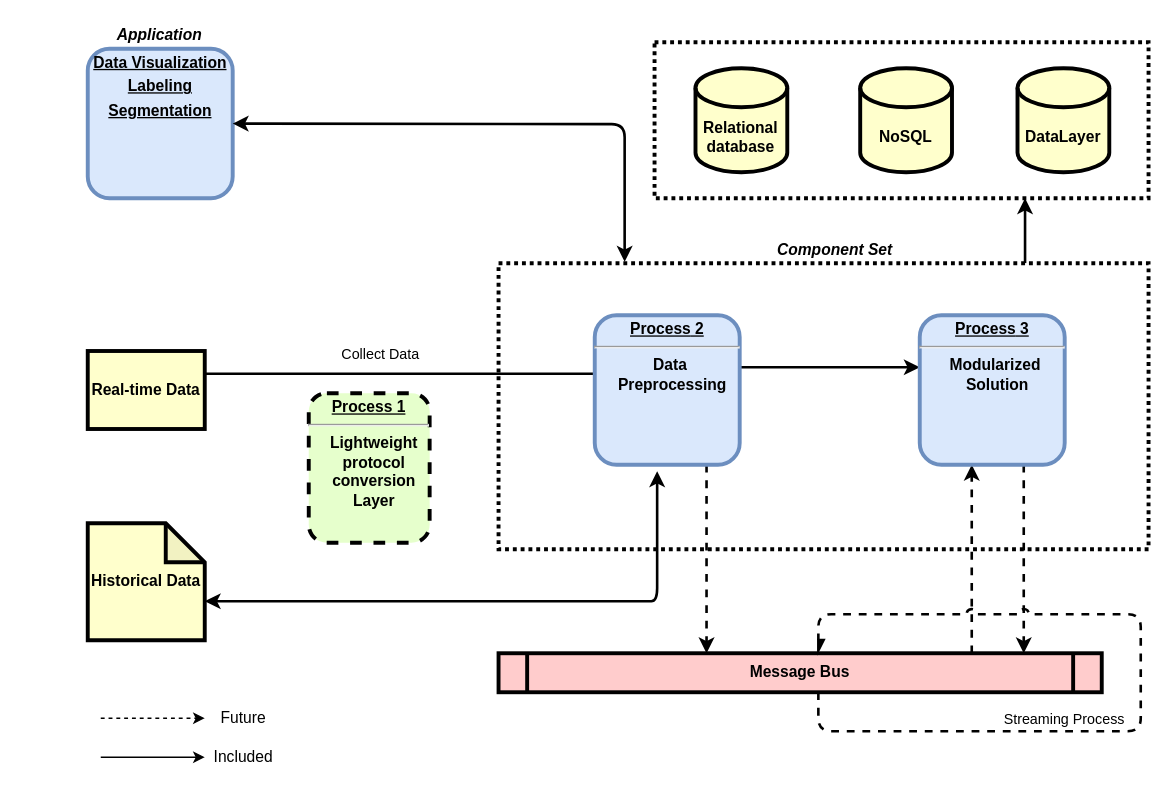
Earlier version of the draw.io diagram data-flow.drawio (licongchao/Customized-Charts). Source tidied: cells renumbered, new cells numbered last; positions are measured from the earlier drawing's top-left corner, leaving out a move shared by most shapes. Both pictures are drawn from the tidied source at 130%, with x=0, y=0 at pixel (47, 22).
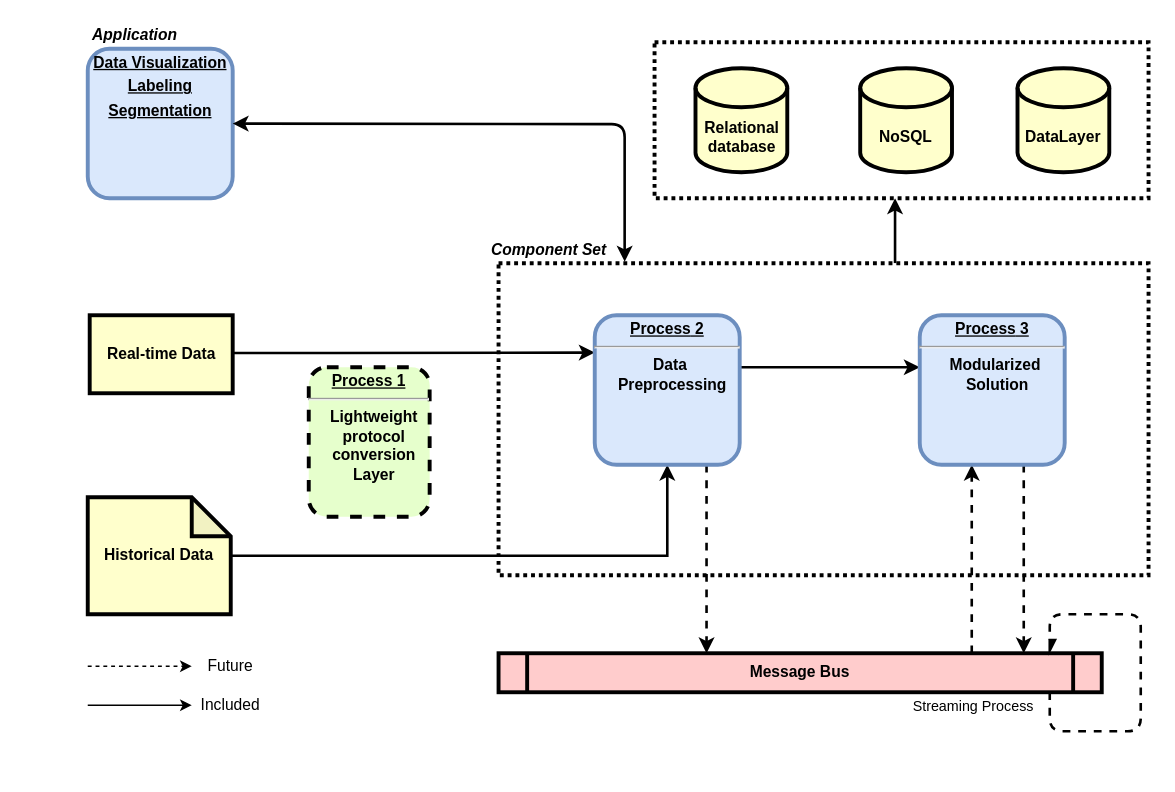
The same diagram, later.

Unchanged cells that the change refers to:
```xml
<mxCell id="12" value="&lt;p style=&quot;margin: 0px ; margin-top: 4px ; text-align: center ; text-decoration: underline&quot;&gt;&lt;strong&gt;&lt;strong&gt;Process&lt;/strong&gt; 2&lt;br&gt;&lt;/strong&gt;&lt;/p&gt;&lt;hr&gt;&lt;p style=&quot;margin: 0px ; margin-left: 8px&quot;&gt;Data&amp;nbsp;&lt;/p&gt;&lt;p style=&quot;margin: 0px ; margin-left: 8px&quot;&gt;Preprocessing&lt;/p&gt;" style="verticalAlign=middle;align=center;overflow=fill;fontSize=12;fontFamily=Helvetica;html=1;rounded=1;fontStyle=1;strokeWidth=3;fillColor=#dae8fc;strokeColor=#6c8ebf;" parent="1" vertex="1">
  <mxGeometry x="421" y="225" width="111.5" height="115" as="geometry" />
</mxCell>
<mxCell id="16" style="rounded=0;whiteSpace=wrap;html=1;strokeWidth=3;dashed=1;dashPattern=1 1;" parent="15" vertex="1">
  <mxGeometry width="380" height="120" as="geometry" />
</mxCell>
<mxCell id="21" value="&lt;p style=&quot;margin: 0px ; margin-top: 4px ; text-align: center ; text-decoration: underline&quot;&gt;Data Visualization&lt;/p&gt;&lt;p style=&quot;margin: 0px ; margin-top: 4px ; text-align: center ; text-decoration: underline&quot;&gt;Labeling&lt;/p&gt;&lt;p style=&quot;margin: 0px ; margin-top: 4px ; text-align: center ; text-decoration: underline&quot;&gt;Segmentation&lt;/p&gt;" style="verticalAlign=middle;align=center;overflow=fill;fontSize=12;fontFamily=Helvetica;html=1;rounded=1;fontStyle=1;strokeWidth=3;fillColor=#dae8fc;strokeColor=#6c8ebf;" parent="1" vertex="1">
  <mxGeometry x="31" y="20" width="111.5" height="115" as="geometry" />
</mxCell>
```

What changed in the source:
```diff
@@
-    <mxCell id="2" style="edgeStyle=orthogonalEdgeStyle;rounded=1;sketch=0;jumpStyle=arc;jettySize=auto;html=1;entryX=0.75;entryY=1;entryDx=0;entryDy=0;strokeWidth=2;exitX=0.81;exitY=0;exitDx=0;exitDy=0;exitPerimeter=0;" parent="1" edge="1" source="3" target="16">
-      <mxGeometry relative="1" as="geometry" />
+    <mxCell id="2" style="edgeStyle=orthogonalEdgeStyle;rounded=1;sketch=0;jumpStyle=arc;orthogonalLoop=1;jettySize=auto;html=1;entryX=0.75;entryY=1;entryDx=0;entryDy=0;strokeWidth=2;exitX=0.81;exitY=0;exitDx=0;exitDy=0;exitPerimeter=0;" parent="1" edge="1">
+      <mxGeometry relative="1" as="geometry">
+        <mxPoint x="652" y="185" as="sourcePoint" />
+        <mxPoint x="652" y="135" as="targetPoint" />
+      </mxGeometry>
     </mxCell>
     <mxCell id="3" style="rounded=0;whiteSpace=wrap;html=1;strokeWidth=3;dashed=1;gradientColor=#ffffff;dashPattern=1 1;" parent="1" vertex="1">
-      <mxGeometry x="347" y="185" width="500" height="220" as="geometry" />
+      <mxGeometry x="347" y="185" width="500" height="240" as="geometry" />
     </mxCell>
-    <mxCell id="4" value="Collect Data" style="edgeStyle=orthogonalEdgeStyle;rounded=0;jettySize=auto;html=1;entryX=0;entryY=0.391;entryDx=0;entryDy=0;entryPerimeter=0;strokeWidth=2;" parent="1" edge="1" source="5" target="12">
-      <mxGeometry x="-0.25" y="15" relative="1" as="geometry">
+    <mxCell id="4" style="edgeStyle=orthogonalEdgeStyle;rounded=0;jettySize=auto;html=1;strokeWidth=2;entryX=0;entryY=0.25;entryDx=0;entryDy=0;" parent="1" edge="1" source="5" target="12">
+      <mxGeometry relative="1" as="geometry">
         <Array as="points">
-          <mxPoint x="451" y="270" />
+          <mxPoint x="221" y="254" />
+          <mxPoint x="221" y="254" />
         </Array>
       </mxGeometry>
     </mxCell>
     <mxCell id="5" value="Real-time Data" style="whiteSpace=wrap;align=center;verticalAlign=middle;fontStyle=1;strokeWidth=3;fillColor=#FFFFCC;" parent="1" vertex="1">
-      <mxGeometry x="31" y="252.5" width="90" height="60" as="geometry" />
+      <mxGeometry x="32.5" y="225" width="110" height="60" as="geometry" />
     </mxCell>
     <mxCell id="6" value="&lt;p style=&quot;margin: 0px ; margin-top: 4px ; text-align: center ; text-decoration: underline&quot;&gt;&lt;strong&gt;Process 1&lt;br&gt;&lt;/strong&gt;&lt;/p&gt;&lt;hr&gt;&lt;p style=&quot;margin: 0px ; margin-left: 8px&quot;&gt;Lightweight&lt;/p&gt;&lt;p style=&quot;margin: 0px ; margin-left: 8px&quot;&gt;protocol&lt;/p&gt;&lt;p style=&quot;margin: 0px ; margin-left: 8px&quot;&gt;conversion&lt;/p&gt;&lt;p style=&quot;margin: 0px ; margin-left: 8px&quot;&gt;Layer&lt;/p&gt;&lt;p style=&quot;margin: 0px ; margin-left: 8px&quot;&gt;&lt;br&gt;&lt;/p&gt;" style="verticalAlign=middle;align=center;overflow=fill;fontSize=12;fontFamily=Helvetica;html=1;rounded=1;fontStyle=1;strokeWidth=3;fillColor=#E6FFCC;dashed=1;" parent="1" vertex="1">
-      <mxGeometry x="201" y="285" width="93" height="115" as="geometry" />
+      <mxGeometry x="201" y="265" width="93" height="115" as="geometry" />
     </mxCell>
@@
+    <mxCell id="32" style="edgeStyle=orthogonalEdgeStyle;rounded=0;jettySize=auto;html=1;strokeWidth=2;" parent="1" edge="1" source="9" target="12">
+      <mxGeometry relative="1" as="geometry" />
+    </mxCell>
     <mxCell id="9" value="&lt;b&gt;Historical Data&lt;/b&gt;" style="shape=note;whiteSpace=wrap;html=1;backgroundOutline=1;darkOpacity=0.05;strokeWidth=3;fillColor=#FFFFCC;" parent="1" vertex="1">
-      <mxGeometry x="31" y="385" width="90" height="90" as="geometry" />
+      <mxGeometry x="31" y="365" width="110" height="90" as="geometry" />
     </mxCell>
@@
     <mxCell id="20" value="&lt;b&gt;&lt;i&gt;Component Set&lt;/i&gt;&lt;/b&gt;" style="text;html=1;strokeColor=none;fillColor=none;align=center;verticalAlign=middle;whiteSpace=wrap;rounded=0;dashed=1;dashPattern=1 4;" parent="1" vertex="1">
-      <mxGeometry x="551" y="165" width="110" height="20" as="geometry" />
+      <mxGeometry x="331" y="165" width="110" height="20" as="geometry" />
     </mxCell>
@@
     <mxCell id="22" value="&lt;b&gt;&lt;i&gt;Application&lt;/i&gt;&lt;/b&gt;" style="text;html=1;strokeColor=none;fillColor=none;align=center;verticalAlign=middle;whiteSpace=wrap;rounded=0;dashed=1;dashPattern=1 4;" parent="1" vertex="1">
-      <mxGeometry x="-0.2" width="172.5" height="20" as="geometry" />
+      <mxGeometry x="-19" width="172.5" height="20" as="geometry" />
     </mxCell>
+    <mxCell id="27" style="endArrow=classic;startArrow=classic;html=1;strokeWidth=2;strokeColor=none;" parent="1" edge="1" source="9" target="12">
+      <mxGeometry relative="1" as="geometry" />
+    </mxCell>
+    <mxCell id="29" style="endArrow=classic;startArrow=classic;html=1;strokeWidth=2;entryX=0.194;entryY=-0.005;entryDx=0;entryDy=0;entryPerimeter=0;" parent="1" edge="1" source="21" target="3">
+      <mxGeometry relative="1" as="geometry">
+        <Array as="points">
+          <mxPoint x="444" y="78" />
+        </Array>
+      </mxGeometry>
+    </mxCell>
+    <mxCell id="30" style="edgeStyle=orthogonalEdgeStyle;rounded=1;sketch=0;jumpStyle=arc;orthogonalLoop=1;jettySize=auto;html=1;endArrow=async;endFill=1;strokeWidth=2;dashed=1;" parent="1" edge="1">
+      <mxGeometry relative="1" as="geometry">
+        <mxPoint x="771" y="515" as="sourcePoint" />
+        <mxPoint x="771" y="485" as="targetPoint" />
+        <Array as="points">
+          <mxPoint x="771" y="545" />
+          <mxPoint x="841" y="545" />
+          <mxPoint x="841" y="455" />
+          <mxPoint x="771" y="455" />
+        </Array>
+      </mxGeometry>
+    </mxCell>
+    <mxCell id="31" value="Streaming Process" style="edgeLabel;html=1;align=center;verticalAlign=middle;" parent="30" vertex="1">
+      <mxGeometry x="0.04" y="-2" relative="1" as="geometry">
+        <mxPoint x="-132" y="31" as="offset" />
+      </mxGeometry>
+    </mxCell>
+    <mxCell id="33" style="group;" parent="1" vertex="1">
+      <mxGeometry x="31" y="485" width="130" height="50" as="geometry" />
+    </mxCell>
-    <mxCell id="23" style="endArrow=classic;html=1;" parent="1" edge="1">
+    <mxCell id="23" style="endArrow=classic;html=1;" parent="33" edge="1">
       <mxGeometry relative="1" as="geometry">
-        <mxPoint x="41" y="565" as="sourcePoint" />
-        <mxPoint x="121" y="565" as="targetPoint" />
+        <mxPoint y="40" as="sourcePoint" />
+        <mxPoint x="80" y="40" as="targetPoint" />
       </mxGeometry>
     </mxCell>
-    <mxCell id="24" style="endArrow=classic;html=1;dashed=1;" parent="1" edge="1">
+    <mxCell id="24" style="endArrow=classic;html=1;dashed=1;" parent="33" edge="1">
       <mxGeometry relative="1" as="geometry">
-        <mxPoint x="41" y="535" as="sourcePoint" />
-        <mxPoint x="121" y="535" as="targetPoint" />
+        <mxPoint y="10" as="sourcePoint" />
+        <mxPoint x="80" y="10" as="targetPoint" />
       </mxGeometry>
     </mxCell>
-    <mxCell id="25" value="Future" style="text;html=1;strokeColor=none;fillColor=none;align=center;verticalAlign=middle;whiteSpace=wrap;rounded=0;" parent="1" vertex="1">
-      <mxGeometry x="131" y="525" width="40" height="20" as="geometry" />
+    <mxCell id="25" value="Future" style="text;html=1;strokeColor=none;fillColor=none;align=center;verticalAlign=middle;whiteSpace=wrap;rounded=0;" parent="33" vertex="1">
+      <mxGeometry x="90" width="40" height="20" as="geometry" />
     </mxCell>
-    <mxCell id="26" value="Included" style="text;html=1;strokeColor=none;fillColor=none;align=center;verticalAlign=middle;whiteSpace=wrap;rounded=0;" parent="1" vertex="1">
-      <mxGeometry x="131" y="555" width="40" height="20" as="geometry" />
+    <mxCell id="26" value="Included" style="text;html=1;strokeColor=none;fillColor=none;align=center;verticalAlign=middle;whiteSpace=wrap;rounded=0;" parent="33" vertex="1">
+      <mxGeometry x="90" y="30" width="40" height="20" as="geometry" />
     </mxCell>
-    <mxCell id="27" style="endArrow=classic;startArrow=classic;html=1;strokeWidth=2;strokeColor=none;" parent="1" edge="1" source="9" target="12">
-      <mxGeometry relative="1" as="geometry" />
-    </mxCell>
-    <mxCell id="28" style="endArrow=classic;startArrow=classic;html=1;strokeWidth=2;exitX=0;exitY=0;exitDx=90;exitDy=60;exitPerimeter=0;" parent="1" edge="1" source="9">
-      <mxGeometry relative="1" as="geometry">
-        <mxPoint x="469" y="345" as="targetPoint" />
-        <Array as="points">
-          <mxPoint x="451" y="445" />
-          <mxPoint x="469" y="445" />
-        </Array>
-      </mxGeometry>
-    </mxCell>
-    <mxCell id="29" style="endArrow=classic;startArrow=classic;html=1;strokeWidth=2;entryX=0.194;entryY=-0.005;entryDx=0;entryDy=0;entryPerimeter=0;" parent="1" edge="1" source="21" target="3">
-      <mxGeometry relative="1" as="geometry">
-        <Array as="points">
-          <mxPoint x="444" y="78" />
-        </Array>
-      </mxGeometry>
-    </mxCell>
-    <mxCell id="30" style="edgeStyle=orthogonalEdgeStyle;rounded=1;sketch=0;jumpStyle=arc;orthogonalLoop=1;jettySize=auto;html=1;endArrow=async;endFill=1;strokeWidth=2;dashed=1;" parent="1" edge="1">
-      <mxGeometry relative="1" as="geometry">
-        <mxPoint x="593" y="515" as="sourcePoint" />
-        <mxPoint x="593" y="485" as="targetPoint" />
-        <Array as="points">
-          <mxPoint x="593" y="545" />
-          <mxPoint x="841" y="545" />
-          <mxPoint x="841" y="455" />
-          <mxPoint x="593" y="455" />
-        </Array>
-      </mxGeometry>
-    </mxCell>
-    <mxCell id="31" value="Streaming Process" style="edgeLabel;html=1;align=center;verticalAlign=middle;" parent="30" vertex="1">
-      <mxGeometry x="0.04" y="-2" relative="1" as="geometry">
-        <mxPoint x="-61.5" y="48" as="offset" />
-      </mxGeometry>
-    </mxCell>
```
